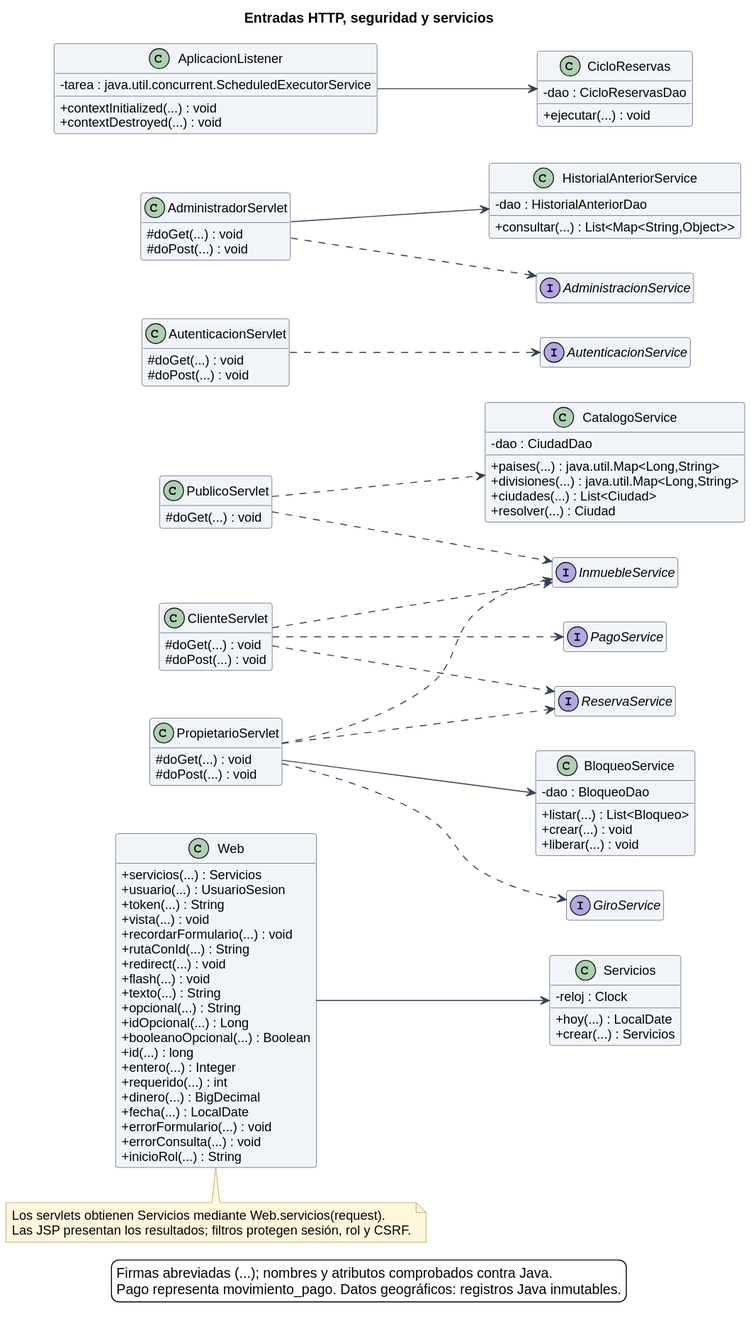
Before: docs/diagramas/05_clases_servlet_service.svg, a diagram exported from PlantUML (Davidjp11p07/DayNest).
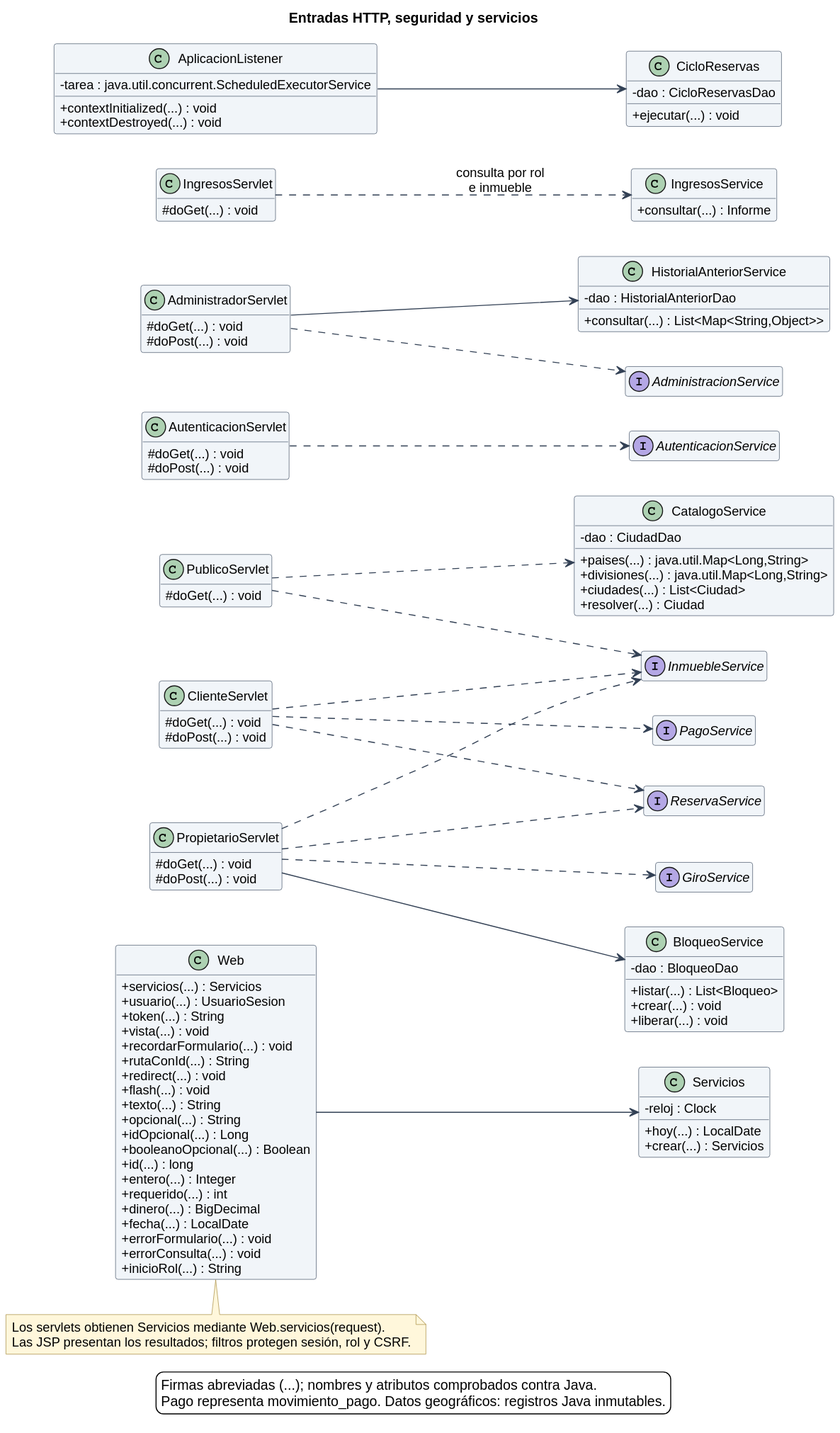
After the commit.

What changed in the source:
```diff
@@ -1,5 +1,4 @@
 @startuml
-skinparamlocked metana null
 !include estilo.iuml
 title Entradas HTTP, seguridad y servicios
 left to right direction
@@ -23,6 +22,13 @@
   #doGet(...) : void
   #doPost(...) : void
 }
+class IngresosServlet {
+  #doGet(...) : void
+}
+class IngresosService {
+  +consultar(...) : Informe
+}
+IngresosServlet ..> IngresosService : consulta por rol e inmueble
 class AplicacionListener {
   -tarea : java.util.concurrent.ScheduledExecutorService
   +contextInitialized(...) : void
```
